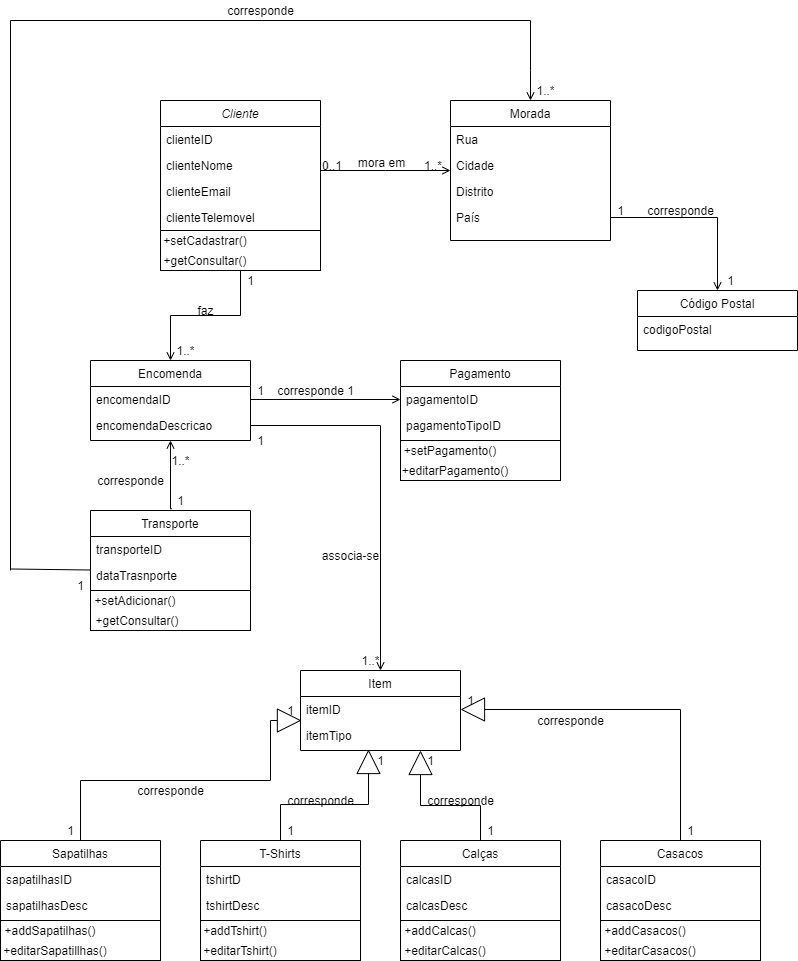
Before: diagramas/Diagrama de Classes.png, a diagram exported from draw.io (JoshuaJones27/FetchCode). Source tidied: cells renumbered, new cells last; positions are measured from the earlier drawing's top-left corner, leaving out a move shared by most shapes.
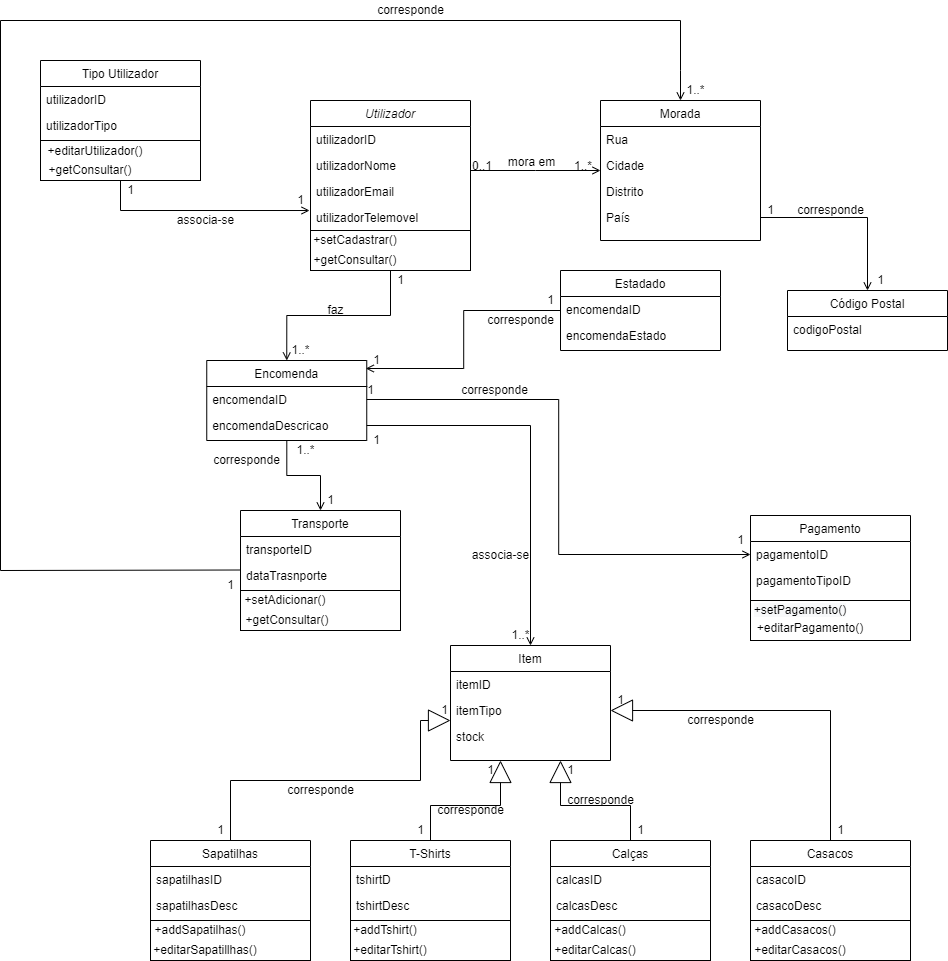
The same file after the commit.

What changed in the source:
```diff
@@ -4,15 +4,15 @@
     <mxCell id="1" parent="0" />
-    <mxCell id="2" value="Cliente" style="swimlane;fontStyle=2;align=center;verticalAlign=top;horizontal=1;startSize=26;rounded=0;shadow=0;strokeWidth=1;" parent="1" vertex="1">
+    <mxCell id="2" value="Utilizador" style="swimlane;fontStyle=2;align=center;verticalAlign=top;horizontal=1;startSize=26;rounded=0;shadow=0;strokeWidth=1;" parent="1" vertex="1">
       <mxGeometry x="160" y="100" width="160" height="160" as="geometry" />
     </mxCell>
-    <mxCell id="3" value="clienteID" style="text;align=left;verticalAlign=top;spacingLeft=4;spacingRight=4;overflow=hidden;rounded=0;" parent="2" vertex="1">
+    <mxCell id="3" value="utilizadorID" style="text;align=left;verticalAlign=top;spacingLeft=4;spacingRight=4;overflow=hidden;rounded=0;" parent="2" vertex="1">
       <mxGeometry y="26" width="160" height="26" as="geometry" />
     </mxCell>
-    <mxCell id="4" value="clienteNome" style="text;align=left;verticalAlign=top;spacingLeft=4;spacingRight=4;overflow=hidden;rounded=0;shadow=0;html=0;" parent="2" vertex="1">
+    <mxCell id="4" value="utilizadorNome" style="text;align=left;verticalAlign=top;spacingLeft=4;spacingRight=4;overflow=hidden;rounded=0;shadow=0;html=0;" parent="2" vertex="1">
       <mxGeometry y="52" width="160" height="26" as="geometry" />
     </mxCell>
-    <mxCell id="5" value="clienteEmail" style="text;align=left;verticalAlign=top;spacingLeft=4;spacingRight=4;overflow=hidden;rounded=0;shadow=0;html=0;" parent="2" vertex="1">
+    <mxCell id="5" value="utilizadorEmail" style="text;align=left;verticalAlign=top;spacingLeft=4;spacingRight=4;overflow=hidden;rounded=0;shadow=0;html=0;" parent="2" vertex="1">
       <mxGeometry y="78" width="160" height="26" as="geometry" />
     </mxCell>
-    <mxCell id="6" value="clienteTelemovel&#10;" style="text;align=left;verticalAlign=top;spacingLeft=4;spacingRight=4;overflow=hidden;points=[[0,0.5],[1,0.5]];portConstraint=eastwest;rounded=0;shadow=0;html=0;" parent="2" vertex="1">
+    <mxCell id="6" value="utilizadorTelemovel&#10;" style="text;align=left;verticalAlign=top;spacingLeft=4;spacingRight=4;overflow=hidden;points=[[0,0.5],[1,0.5]];portConstraint=eastwest;rounded=0;shadow=0;html=0;" parent="2" vertex="1">
       <mxGeometry y="104" width="160" height="26" as="geometry" />
@@ -22,4 +22,7 @@
     </mxCell>
+    <mxCell id="111" style="edgeStyle=orthogonalEdgeStyle;rounded=0;jettySize=auto;html=1;entryX=0.5;entryY=0;entryDx=0;entryDy=0;endArrow=open;endFill=0;" parent="1" edge="1" source="8" target="26">
+      <mxGeometry relative="1" as="geometry" />
+    </mxCell>
     <mxCell id="8" value="Encomenda" style="swimlane;fontStyle=0;align=center;verticalAlign=top;horizontal=1;startSize=26;rounded=0;shadow=0;strokeWidth=1;" parent="1" vertex="1">
-      <mxGeometry x="90" y="360" width="160" height="80" as="geometry" />
+      <mxGeometry x="56.2" y="360" width="160" height="80" as="geometry" />
     </mxCell>
@@ -28,3 +31,3 @@
     </mxCell>
-    <mxCell id="10" value="encomendaDescricao" style="text;align=left;verticalAlign=top;spacingLeft=4;spacingRight=4;overflow=hidden;points=[[0,0.5],[1,0.5]];portConstraint=eastwest;rounded=0;shadow=0;html=0;" parent="8" vertex="1">
+    <mxCell id="10" value="encomendaDescricao&#10;" style="text;align=left;verticalAlign=top;spacingLeft=4;spacingRight=4;overflow=hidden;points=[[0,0.5],[1,0.5]];portConstraint=eastwest;rounded=0;shadow=0;html=0;" parent="8" vertex="1">
       <mxGeometry y="52" width="160" height="26" as="geometry" />
@@ -67,3 +70,3 @@
     <mxCell id="20" value="Pagamento" style="swimlane;fontStyle=0;align=center;verticalAlign=top;horizontal=1;startSize=26;rounded=0;shadow=0;strokeWidth=1;" parent="1" vertex="1">
-      <mxGeometry x="400" y="360" width="160" height="80" as="geometry" />
+      <mxGeometry x="600" y="515" width="160" height="85" as="geometry" />
     </mxCell>
@@ -79,6 +82,6 @@
     <mxCell id="24" value="1&lt;br&gt;" style="text;html=1;align=center;verticalAlign=middle;strokeColor=none;fillColor=none;rounded=0;" parent="1" vertex="1">
-      <mxGeometry x="340" y="380" width="20" height="20" as="geometry" />
+      <mxGeometry x="580" y="530" width="20" height="20" as="geometry" />
     </mxCell>
     <mxCell id="25" value="1" style="text;html=1;align=center;verticalAlign=middle;strokeColor=none;fillColor=none;rounded=0;" parent="1" vertex="1">
-      <mxGeometry x="250" y="380" width="20" height="20" as="geometry" />
+      <mxGeometry x="210" y="380" width="20" height="20" as="geometry" />
     </mxCell>
@@ -94,3 +97,3 @@
     <mxCell id="29" value="corresponde" style="text;html=1;align=center;verticalAlign=middle;strokeColor=none;fillColor=none;rounded=0;" parent="1" vertex="1">
-      <mxGeometry x="90" y="470" width="80" height="20" as="geometry" />
+      <mxGeometry x="56.2" y="450" width="80" height="20" as="geometry" />
     </mxCell>
@@ -100,3 +103,3 @@
     <mxCell id="31" value="1..*" style="text;html=1;align=center;verticalAlign=middle;strokeColor=none;fillColor=none;rounded=0;" parent="1" vertex="1">
-      <mxGeometry x="165" y="450" width="30" height="20" as="geometry" />
+      <mxGeometry x="140" y="440" width="30" height="20" as="geometry" />
     </mxCell>
@@ -123,3 +126,3 @@
     <mxCell id="38" value="corresponde" style="text;html=1;align=center;verticalAlign=middle;strokeColor=none;fillColor=none;" parent="1" vertex="1">
-      <mxGeometry x="270" y="380" width="80" height="20" as="geometry" />
+      <mxGeometry x="304" y="380" width="80" height="20" as="geometry" />
     </mxCell>
@@ -133,3 +136,3 @@
       <mxGeometry relative="1" as="geometry">
-        <mxPoint x="10" y="20" as="sourcePoint" />
+        <mxPoint x="-150" y="20" as="sourcePoint" />
         <mxPoint x="530" y="20" as="targetPoint" />
@@ -139,4 +142,4 @@
       <mxGeometry relative="1" as="geometry">
-        <mxPoint x="10" y="570" as="sourcePoint" />
-        <mxPoint x="10" y="20" as="targetPoint" />
+        <mxPoint x="-150" y="570" as="sourcePoint" />
+        <mxPoint x="-150" y="20" as="targetPoint" />
       </mxGeometry>
@@ -153,3 +156,3 @@
     <mxCell id="45" value="Item" style="swimlane;fontStyle=0;align=center;verticalAlign=top;horizontal=1;startSize=26;rounded=0;shadow=0;strokeWidth=1;" parent="1" vertex="1">
-      <mxGeometry x="300" y="670" width="160" height="80" as="geometry" />
+      <mxGeometry x="300" y="645" width="160" height="115" as="geometry" />
     </mxCell>
@@ -161,2 +164,5 @@
     </mxCell>
+    <mxCell id="112" value="stock" style="text;align=left;verticalAlign=top;spacingLeft=4;spacingRight=4;overflow=hidden;rounded=0;shadow=0;html=0;" parent="45" vertex="1">
+      <mxGeometry y="78" width="160" height="26" as="geometry" />
+    </mxCell>
     <mxCell id="48" style="edgeStyle=orthogonalEdgeStyle;rounded=0;jettySize=auto;html=1;endArrow=open;endFill=0;" parent="1" edge="1" source="10" target="45">
@@ -168,6 +174,6 @@
     <mxCell id="50" value="1" style="text;html=1;align=center;verticalAlign=middle;strokeColor=none;fillColor=none;" parent="1" vertex="1">
-      <mxGeometry x="250" y="430" width="20" height="20" as="geometry" />
+      <mxGeometry x="216.2" y="430" width="20" height="20" as="geometry" />
     </mxCell>
     <mxCell id="51" value="1..*" style="text;html=1;align=center;verticalAlign=middle;strokeColor=none;fillColor=none;" parent="1" vertex="1">
-      <mxGeometry x="355" y="650" width="30" height="20" as="geometry" />
+      <mxGeometry x="355" y="625" width="30" height="20" as="geometry" />
     </mxCell>
@@ -182,5 +188,7 @@
     </mxCell>
-    <mxCell id="55" style="edgeStyle=orthogonalEdgeStyle;rounded=0;jettySize=auto;html=1;entryX=0.425;entryY=1.038;entryDx=0;entryDy=0;entryPerimeter=0;endArrow=block;endFill=0;endSize=22;" parent="1" edge="1" source="56" target="47">
-      <mxGeometry relative="1" as="geometry" />
-    </mxCell>
+    <mxCell id="113" style="edgeStyle=orthogonalEdgeStyle;rounded=0;jettySize=auto;html=1;endArrow=block;endFill=0;endSize=20;" parent="1" edge="1" source="56">
+      <mxGeometry relative="1" as="geometry">
+        <mxPoint x="350" y="760" as="targetPoint" />
+      </mxGeometry>
+    </mxCell>
     <mxCell id="56" value="T-Shirts" style="swimlane;fontStyle=0;align=center;verticalAlign=top;horizontal=1;startSize=26;rounded=0;shadow=0;strokeWidth=1;" parent="1" vertex="1">
@@ -194,5 +202,7 @@
     </mxCell>
-    <mxCell id="59" style="edgeStyle=orthogonalEdgeStyle;rounded=0;jettySize=auto;html=1;entryX=0.75;entryY=1;entryDx=0;entryDy=0;endArrow=block;endFill=0;endSize=22;" parent="1" edge="1" source="60" target="45">
-      <mxGeometry relative="1" as="geometry" />
-    </mxCell>
+    <mxCell id="114" style="edgeStyle=orthogonalEdgeStyle;rounded=0;jettySize=auto;html=1;endArrow=block;endFill=0;endSize=20;" parent="1" edge="1" source="60">
+      <mxGeometry relative="1" as="geometry">
+        <mxPoint x="410" y="760" as="targetPoint" />
+      </mxGeometry>
+    </mxCell>
     <mxCell id="60" value="Calças" style="swimlane;fontStyle=0;align=center;verticalAlign=top;horizontal=1;startSize=26;rounded=0;shadow=0;strokeWidth=1;" parent="1" vertex="1">
@@ -206,5 +216,5 @@
     </mxCell>
-    <mxCell id="63" style="edgeStyle=orthogonalEdgeStyle;rounded=0;jettySize=auto;html=1;endArrow=block;endFill=0;endSize=22;" parent="1" edge="1" source="64" target="46">
-      <mxGeometry relative="1" as="geometry" />
-    </mxCell>
+    <mxCell id="115" style="edgeStyle=orthogonalEdgeStyle;rounded=0;jettySize=auto;html=1;endArrow=block;endFill=0;endSize=20;" parent="1" edge="1" source="64" target="47">
+      <mxGeometry relative="1" as="geometry" />
+    </mxCell>
     <mxCell id="64" value="Casacos" style="swimlane;fontStyle=0;align=center;verticalAlign=top;horizontal=1;startSize=26;rounded=0;shadow=0;strokeWidth=1;" parent="1" vertex="1">
@@ -235,7 +245,2 @@
     </mxCell>
-    <mxCell id="70" style="endArrow=block;html=1;rounded=0;entryX=0.006;entryY=0.923;entryDx=0;entryDy=0;entryPerimeter=0;endFill=0;endSize=22;" parent="1" edge="1" target="46">
-      <mxGeometry relative="1" as="geometry">
-        <mxPoint x="270" y="720" as="sourcePoint" />
-      </mxGeometry>
-    </mxCell>
     <mxCell id="71" value="corresponde" style="text;html=1;align=center;verticalAlign=middle;strokeColor=none;fillColor=none;" parent="1" vertex="1">
@@ -244,6 +249,6 @@
     <mxCell id="72" value="corresponde" style="text;html=1;align=center;verticalAlign=middle;strokeColor=none;fillColor=none;" parent="1" vertex="1">
-      <mxGeometry x="280" y="790" width="80" height="20" as="geometry" />
+      <mxGeometry x="280" y="800" width="80" height="20" as="geometry" />
     </mxCell>
     <mxCell id="73" value="corresponde" style="text;html=1;align=center;verticalAlign=middle;strokeColor=none;fillColor=none;" parent="1" vertex="1">
-      <mxGeometry x="420" y="790" width="80" height="20" as="geometry" />
+      <mxGeometry x="410" y="790" width="80" height="20" as="geometry" />
     </mxCell>
@@ -253,19 +258,10 @@
     <mxCell id="75" value="1" style="text;html=1;align=center;verticalAlign=middle;strokeColor=none;fillColor=none;" parent="1" vertex="1">
-      <mxGeometry x="680" y="820" width="20" height="20" as="geometry" />
+      <mxGeometry x="460" y="690" width="20" height="20" as="geometry" />
     </mxCell>
-    <mxCell id="76" value="1" style="text;html=1;align=center;verticalAlign=middle;strokeColor=none;fillColor=none;" parent="1" vertex="1">
-      <mxGeometry x="460" y="690" width="20" height="20" as="geometry" />
-    </mxCell>
-    <mxCell id="77" value="1" style="text;html=1;align=center;verticalAlign=middle;strokeColor=none;fillColor=none;" parent="1" vertex="1">
-      <mxGeometry x="420" y="750" width="20" height="20" as="geometry" />
-    </mxCell>
     <mxCell id="78" value="1" style="text;html=1;align=center;verticalAlign=middle;strokeColor=none;fillColor=none;" parent="1" vertex="1">
-      <mxGeometry x="480" y="820" width="20" height="20" as="geometry" />
+      <mxGeometry x="680" y="820" width="20" height="20" as="geometry" />
     </mxCell>
     <mxCell id="79" value="1" style="text;html=1;align=center;verticalAlign=middle;strokeColor=none;fillColor=none;" parent="1" vertex="1">
-      <mxGeometry x="280" y="820" width="20" height="20" as="geometry" />
+      <mxGeometry x="480" y="820" width="20" height="20" as="geometry" />
     </mxCell>
-    <mxCell id="80" value="1" style="text;html=1;align=center;verticalAlign=middle;strokeColor=none;fillColor=none;" parent="1" vertex="1">
-      <mxGeometry x="370" y="750" width="20" height="20" as="geometry" />
-    </mxCell>
     <mxCell id="81" value="1" style="text;html=1;align=center;verticalAlign=middle;strokeColor=none;fillColor=none;" parent="1" vertex="1">
@@ -273,5 +269,2 @@
     </mxCell>
-    <mxCell id="82" value="1" style="text;html=1;align=center;verticalAlign=middle;strokeColor=none;fillColor=none;" parent="1" vertex="1">
-      <mxGeometry x="280" y="700" width="20" height="20" as="geometry" />
-    </mxCell>
     <mxCell id="83" style="edgeStyle=orthogonalEdgeStyle;rounded=0;jettySize=auto;html=1;entryX=0.5;entryY=0;entryDx=0;entryDy=0;endArrow=open;endFill=0;" parent="1" edge="1" source="84" target="8">
@@ -289,3 +282,3 @@
     <mxCell id="87" value="faz" style="text;html=1;align=center;verticalAlign=middle;strokeColor=none;fillColor=none;" parent="1" vertex="1">
-      <mxGeometry x="190" y="300" width="30" height="20" as="geometry" />
+      <mxGeometry x="170" y="300" width="30" height="20" as="geometry" />
     </mxCell>
@@ -295,13 +288,4 @@
     <mxCell id="89" value="1..*" style="text;html=1;align=center;verticalAlign=middle;strokeColor=none;fillColor=none;" parent="1" vertex="1">
-      <mxGeometry x="170" y="340" width="30" height="20" as="geometry" />
+      <mxGeometry x="135" y="340" width="30" height="20" as="geometry" />
     </mxCell>
-    <mxCell id="90" style="rounded=0;whiteSpace=wrap;html=1;" parent="1" vertex="1">
-      <mxGeometry x="400" y="440" width="160" height="40" as="geometry" />
-    </mxCell>
-    <mxCell id="91" value="+setPagamento()" style="text;html=1;strokeColor=none;fillColor=none;align=center;verticalAlign=middle;whiteSpace=wrap;rounded=0;" parent="1" vertex="1">
-      <mxGeometry x="410" y="440" width="80" height="20" as="geometry" />
-    </mxCell>
-    <mxCell id="92" value="+editarPagamento()" style="text;html=1;strokeColor=none;fillColor=none;align=center;verticalAlign=middle;whiteSpace=wrap;rounded=0;" parent="1" vertex="1">
-      <mxGeometry x="410" y="460" width="90" height="20" as="geometry" />
-    </mxCell>
     <mxCell id="93" style="rounded=0;whiteSpace=wrap;html=1;" parent="1" vertex="1">
@@ -344,3 +328,3 @@
       <mxGeometry relative="1" as="geometry">
-        <mxPoint x="10" y="568.5" as="sourcePoint" />
+        <mxPoint x="-150" y="570" as="sourcePoint" />
         <mxPoint x="90" y="569.5" as="targetPoint" />
@@ -362,9 +346,87 @@
     </mxCell>
-    <mxCell id="110" style="edgeStyle=orthogonalEdgeStyle;rounded=0;jettySize=auto;html=1;endArrow=open;endFill=0;entryX=0.5;entryY=1;entryDx=0;entryDy=0;exitX=0.06;exitY=0.91;exitDx=0;exitDy=0;exitPerimeter=0;" parent="1" edge="1" source="30" target="8">
-      <mxGeometry relative="1" as="geometry">
-        <Array as="points">
-          <mxPoint x="170" y="508" />
-        </Array>
-      </mxGeometry>
-    </mxCell>
+    <mxCell id="90" style="rounded=0;whiteSpace=wrap;html=1;" parent="1" vertex="1">
+      <mxGeometry x="600" y="600" width="160" height="40" as="geometry" />
+    </mxCell>
+    <mxCell id="91" value="&#10;&#10;&lt;span style=&quot;color: rgb(0, 0, 0); font-family: helvetica; font-size: 12px; font-style: normal; font-weight: 400; letter-spacing: normal; text-align: center; text-indent: 0px; text-transform: none; word-spacing: 0px; background-color: rgb(248, 249, 250); display: inline; float: none;&quot;&gt;+setPagamento()&lt;/span&gt;&#10;&#10;" style="text;html=1;strokeColor=none;fillColor=none;align=center;verticalAlign=middle;whiteSpace=wrap;rounded=0;" parent="1" vertex="1">
+      <mxGeometry x="620" y="595" width="60" height="30" as="geometry" />
+    </mxCell>
+    <mxCell id="92" value="&amp;nbsp; +editarPagamento()" style="text;html=1;strokeColor=none;fillColor=none;align=center;verticalAlign=middle;whiteSpace=wrap;rounded=0;" parent="1" vertex="1">
+      <mxGeometry x="630" y="605" width="60" height="30" as="geometry" />
+    </mxCell>
+    <mxCell id="116" style="edgeStyle=orthogonalEdgeStyle;rounded=0;jettySize=auto;html=1;entryX=0.994;entryY=0.1;entryDx=0;entryDy=0;entryPerimeter=0;endArrow=open;endFill=0;" parent="1" edge="1" source="117" target="8">
+      <mxGeometry relative="1" as="geometry" />
+    </mxCell>
+    <mxCell id="117" value="Estadado" style="swimlane;fontStyle=0;align=center;verticalAlign=top;horizontal=1;startSize=26;rounded=0;shadow=0;strokeWidth=1;" parent="1" vertex="1">
+      <mxGeometry x="410" y="270" width="160" height="80" as="geometry" />
+    </mxCell>
+    <mxCell id="118" value="encomendaID" style="text;align=left;verticalAlign=top;spacingLeft=4;spacingRight=4;overflow=hidden;rounded=0;" parent="117" vertex="1">
+      <mxGeometry y="26" width="160" height="26" as="geometry" />
+    </mxCell>
+    <mxCell id="119" value="encomendaEstado" style="text;align=left;verticalAlign=top;spacingLeft=4;spacingRight=4;overflow=hidden;rounded=0;shadow=0;html=0;" parent="117" vertex="1">
+      <mxGeometry y="52" width="160" height="26" as="geometry" />
+    </mxCell>
+    <mxCell id="120" value="1" style="text;html=1;align=center;verticalAlign=middle;strokeColor=none;fillColor=none;rounded=0;" parent="1" vertex="1">
+      <mxGeometry x="216.2" y="350" width="20" height="20" as="geometry" />
+    </mxCell>
+    <mxCell id="121" value="1" style="text;html=1;align=center;verticalAlign=middle;strokeColor=none;fillColor=none;rounded=0;" parent="1" vertex="1">
+      <mxGeometry x="390" y="290" width="20" height="20" as="geometry" />
+    </mxCell>
+    <mxCell id="122" value="corresponde" style="text;html=1;align=center;verticalAlign=middle;strokeColor=none;fillColor=none;" parent="1" vertex="1">
+      <mxGeometry x="330" y="310" width="80" height="20" as="geometry" />
+    </mxCell>
+    <mxCell id="123" value="Tipo Utilizador" style="swimlane;fontStyle=0;align=center;verticalAlign=top;horizontal=1;startSize=26;rounded=0;shadow=0;strokeWidth=1;" parent="1" vertex="1">
+      <mxGeometry x="-110" y="60" width="160" height="80" as="geometry" />
+    </mxCell>
+    <mxCell id="124" value="utilizadorID" style="text;align=left;verticalAlign=top;spacingLeft=4;spacingRight=4;overflow=hidden;rounded=0;" parent="123" vertex="1">
+      <mxGeometry y="26" width="160" height="26" as="geometry" />
+    </mxCell>
+    <mxCell id="125" value="utilizadorTipo" style="text;align=left;verticalAlign=top;spacingLeft=4;spacingRight=4;overflow=hidden;rounded=0;shadow=0;html=0;" parent="123" vertex="1">
+      <mxGeometry y="52" width="160" height="26" as="geometry" />
+    </mxCell>
+    <mxCell id="126" style="rounded=0;whiteSpace=wrap;html=1;" parent="1" vertex="1">
+      <mxGeometry x="-110" y="140" width="160" height="40" as="geometry" />
+    </mxCell>
+    <mxCell id="127" value="+editarUtilizador()" style="text;html=1;strokeColor=none;fillColor=none;align=center;verticalAlign=middle;whiteSpace=wrap;rounded=0;" parent="1" vertex="1">
+      <mxGeometry x="-90" y="140" width="70" height="22" as="geometry" />
+    </mxCell>
+    <mxCell id="128" value="+getConsultar()" style="text;html=1;strokeColor=none;fillColor=none;align=center;verticalAlign=middle;whiteSpace=wrap;rounded=0;" parent="1" vertex="1">
+      <mxGeometry x="-100" y="155" width="80" height="30" as="geometry" />
+    </mxCell>
+    <mxCell id="129" style="endArrow=none;html=1;rounded=0;entryX=0.5;entryY=1;entryDx=0;entryDy=0;" parent="1" edge="1" target="126">
+      <mxGeometry relative="1" as="geometry">
+        <mxPoint x="-30" y="210" as="sourcePoint" />
+      </mxGeometry>
+    </mxCell>
+    <mxCell id="130" style="endArrow=open;html=1;rounded=0;entryX=-0.006;entryY=0.231;entryDx=0;entryDy=0;entryPerimeter=0;endFill=0;" parent="1" edge="1" target="6">
+      <mxGeometry relative="1" as="geometry">
+        <mxPoint x="-30" y="210" as="sourcePoint" />
+      </mxGeometry>
+    </mxCell>
+    <mxCell id="131" value="1" style="text;html=1;align=center;verticalAlign=middle;strokeColor=none;fillColor=none;" parent="1" vertex="1">
+      <mxGeometry x="-30" y="180" width="20" height="20" as="geometry" />
+    </mxCell>
+    <mxCell id="132" value="associa-se" style="text;html=1;align=center;verticalAlign=middle;strokeColor=none;fillColor=none;" parent="1" vertex="1">
+      <mxGeometry x="20" y="210" width="70" height="20" as="geometry" />
+    </mxCell>
+    <mxCell id="133" value="1" style="text;html=1;align=center;verticalAlign=middle;strokeColor=none;fillColor=none;" parent="1" vertex="1">
+      <mxGeometry x="140" y="190" width="20" height="20" as="geometry" />
+    </mxCell>
+    <mxCell id="134" style="endArrow=block;html=1;rounded=0;endFill=0;endSize=20;" parent="1" edge="1">
+      <mxGeometry relative="1" as="geometry">
+        <mxPoint x="270" y="720" as="sourcePoint" />
+        <mxPoint x="300" y="720" as="targetPoint" />
+      </mxGeometry>
+    </mxCell>
+    <mxCell id="135" value="1" style="text;html=1;align=center;verticalAlign=middle;strokeColor=none;fillColor=none;" parent="1" vertex="1">
+      <mxGeometry x="284" y="700" width="20" height="20" as="geometry" />
+    </mxCell>
+    <mxCell id="136" value="1" style="text;html=1;align=center;verticalAlign=middle;strokeColor=none;fillColor=none;" parent="1" vertex="1">
+      <mxGeometry x="330" y="760" width="20" height="20" as="geometry" />
+    </mxCell>
+    <mxCell id="137" value="1" style="text;html=1;align=center;verticalAlign=middle;strokeColor=none;fillColor=none;" parent="1" vertex="1">
+      <mxGeometry x="260" y="820" width="20" height="20" as="geometry" />
+    </mxCell>
+    <mxCell id="138" value="1" style="text;html=1;align=center;verticalAlign=middle;strokeColor=none;fillColor=none;" parent="1" vertex="1">
+      <mxGeometry x="410" y="760" width="20" height="20" as="geometry" />
+    </mxCell>
   </root>
```
